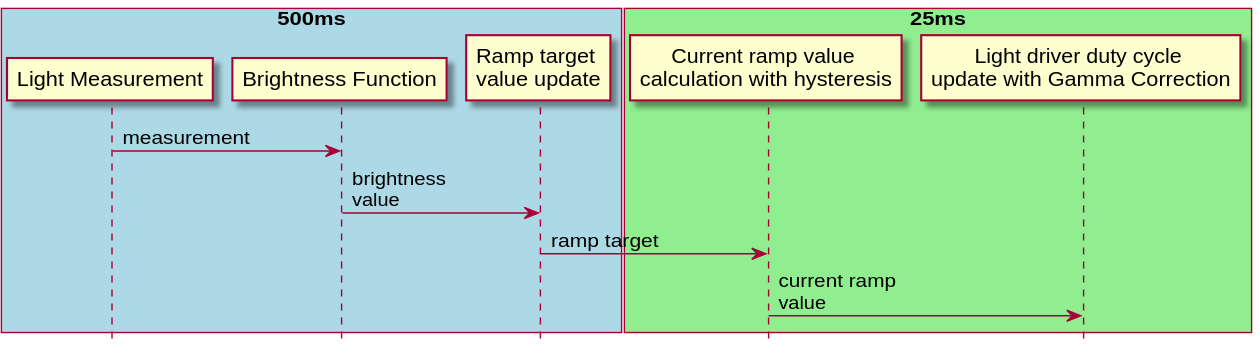
Above: module-services/service-evtmgr/doc/light_control_algorithm.svg in mudita/MuditaOS (PlantUML), before the change. The source it was exported from:
```plantuml
@startuml

hide footbox

box "500ms" #LightBlue
participant "Light Measurement" as lm
participant "Brightness Function" as bc
participant "Ramp target \nvalue update" as ru
end box

box "25ms" #LightGreen
participant "Current ramp value \ncalculation with hysteresis" as rc
participant "Light driver duty cycle \nupdate with Gamma Correction" as ld
end box

lm -> bc : measurement
bc -> ru : brightness \nvalue
ru -> rc : ramp target
rc -> ld : current ramp \nvalue

@enduml
```
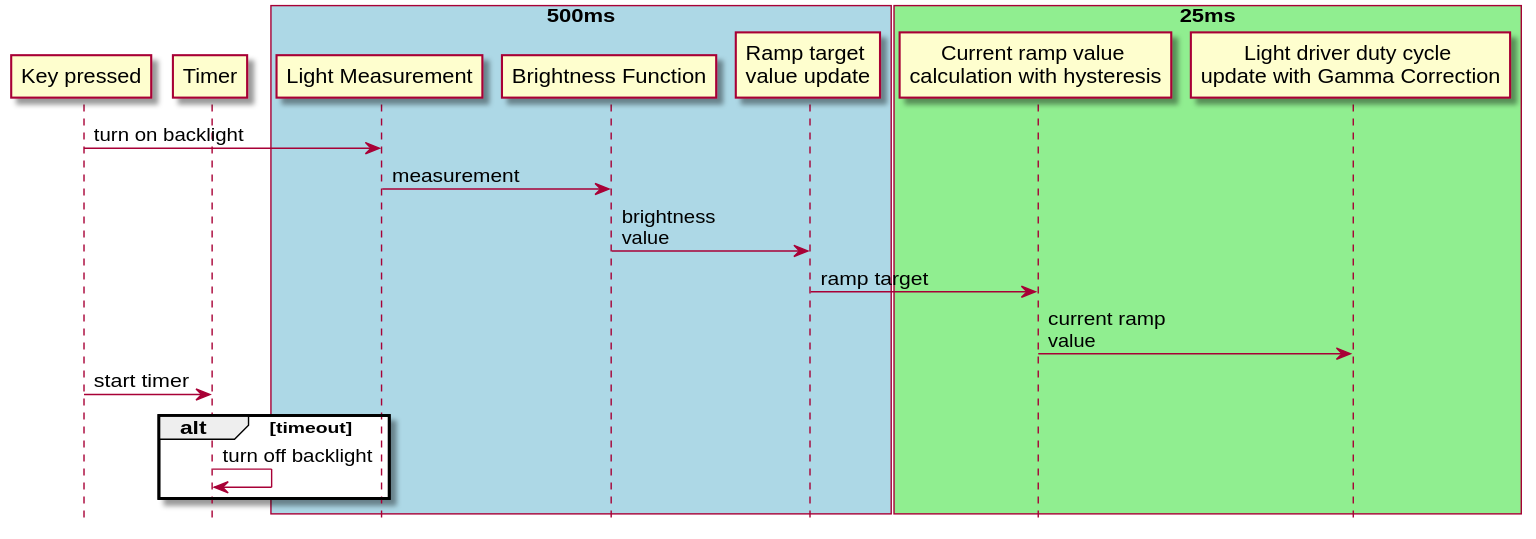
The same file after the commit.

The edit, as a diff of the source:
```diff
@@ -1,6 +1,9 @@
 @startuml
 
 hide footbox
+
+participant "Key pressed" as kp
+participant "Timer" as t
 
 box "500ms" #LightBlue
 participant "Light Measurement" as lm
@@ -13,9 +16,15 @@
 participant "Light driver duty cycle \nupdate with Gamma Correction" as ld
 end box
 
+kp -> lm : turn on backlight
 lm -> bc : measurement
 bc -> ru : brightness \nvalue
 ru -> rc : ramp target
 rc -> ld : current ramp \nvalue
+kp -> t  : start timer
+
+alt timeout
+t -> t : turn off backlight
+end
 
 @enduml
```
